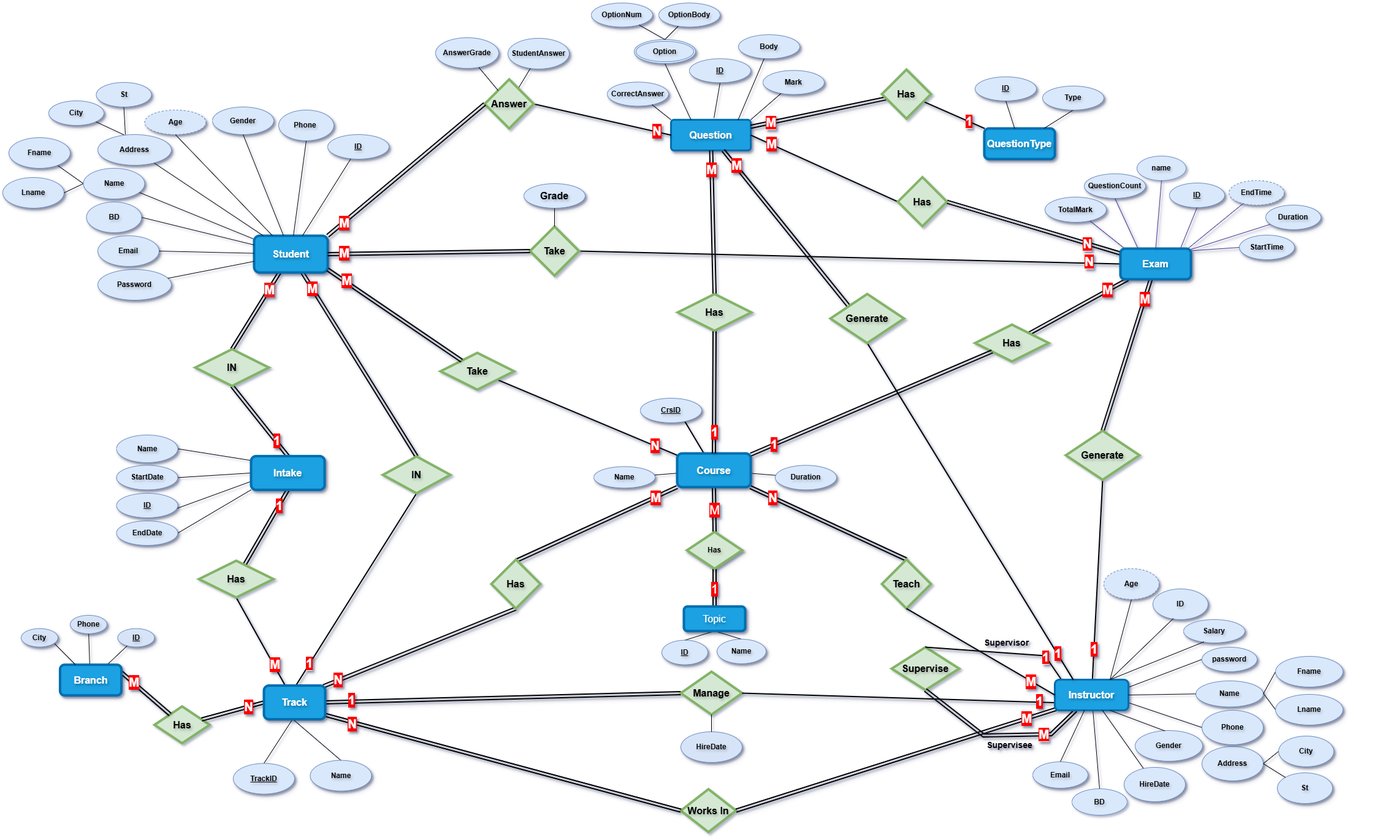
This is Database/Examination System Project/Examination System ERD.drawio.png from Hesham749/ITI, a draw.io export, as it was before one commit. Source tidied: cells renumbered, new cells last; positions are measured from the earlier drawing's top-left corner, leaving out a move shared by most shapes.
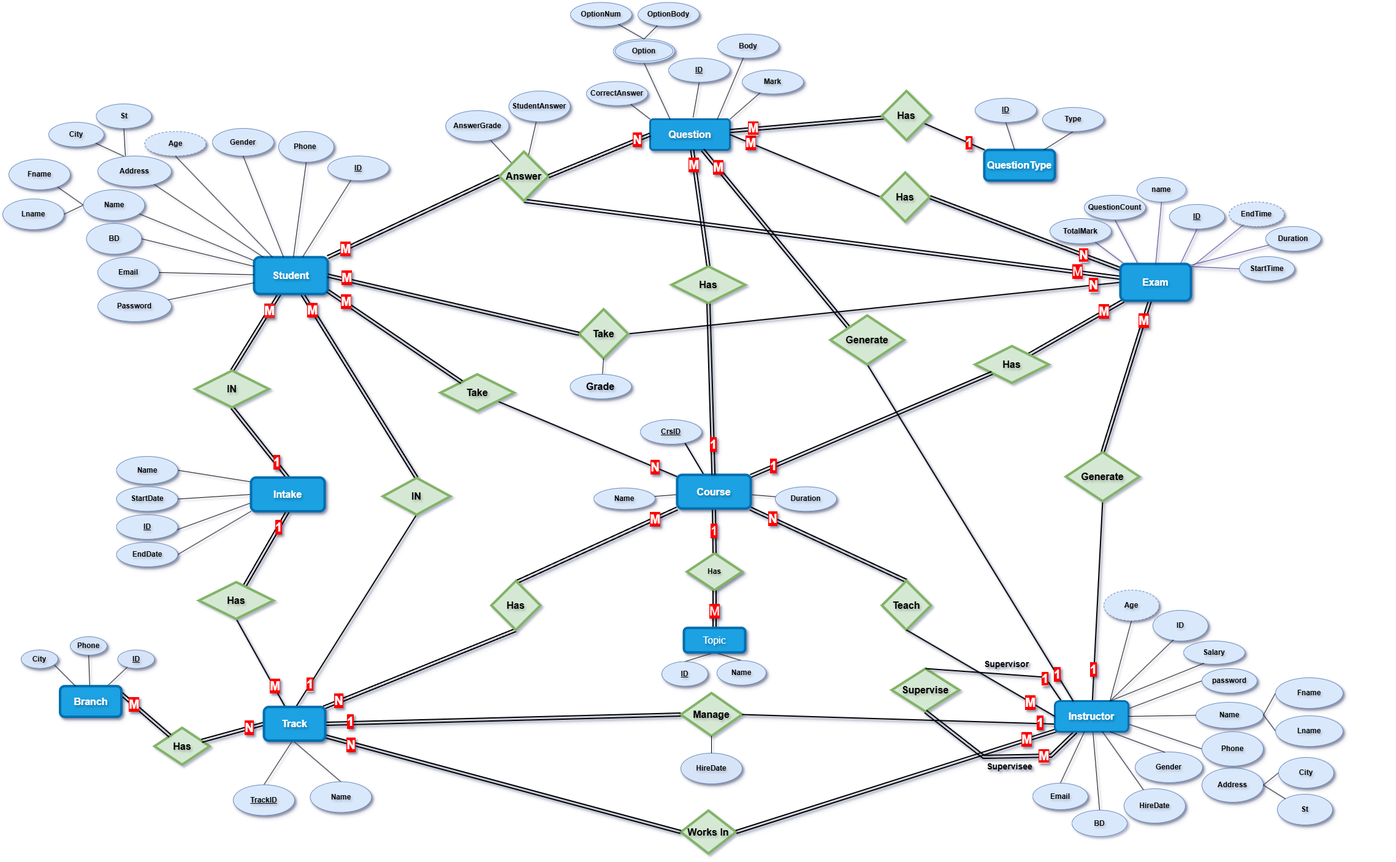
The same diagram one commit later.

The edit, as a diff of the source:
```diff
@@ -14,7 +14,7 @@
       </mxGeometry>
     </mxCell>
     <mxCell id="5" style="group;strokeColor=none;fillColor=none;textShadow=1;fontStyle=1;" parent="1" vertex="1">
-      <mxGeometry x="990" y="10.9" width="410" height="369.1" as="geometry" />
+      <mxGeometry x="956" y="-25" width="410" height="369.1" as="geometry" />
     </mxCell>
     <mxCell id="6" style="rounded=0;jettySize=auto;html=1;endArrow=none;endFill=0;entryX=0.5;entryY=1;entryDx=0;entryDy=0;strokeColor=light-dark(#000000,#EDEDED);textShadow=1;fontStyle=1;" parent="5" edge="1" target="16">
       <mxGeometry relative="1" as="geometry">
@@ -293,7 +293,7 @@
       <mxGeometry x="0.61" y="1" relative="1" as="geometry" />
     </mxCell>
     <mxCell id="83" value="&lt;font style=&quot;font-size: 16px;&quot;&gt;&lt;span&gt;Has&lt;/span&gt;&lt;/font&gt;" style="rhombus;whiteSpace=wrap;html=1;fontFamily=Helvetica;fontSize=11;labelBackgroundColor=none;strokeWidth=4;textShadow=1;fillColor=#d5e8d4;strokeColor=#82b366;fontStyle=1;" parent="1" vertex="1">
-      <mxGeometry x="1460" y="284.5" width="80" height="80" as="geometry" />
+      <mxGeometry x="1432" y="242" width="80" height="80" as="geometry" />
     </mxCell>
     <mxCell id="84" style="edgeStyle=none;shape=link;rounded=0;jettySize=auto;html=1;exitX=0;exitY=0.5;exitDx=0;exitDy=0;entryX=1;entryY=0.5;entryDx=0;entryDy=0;strokeColor=light-dark(#000000,#EDEDED);align=center;verticalAlign=middle;fontFamily=Helvetica;fontSize=11;fontColor=default;labelBackgroundColor=default;endArrow=none;endFill=0;strokeWidth=2;" parent="1" edge="1" target="83">
       <mxGeometry relative="1" as="geometry" />
@@ -320,19 +320,16 @@
       </mxGeometry>
     </mxCell>
     <mxCell id="90" value="&lt;font style=&quot;font-size: 16px;&quot;&gt;&lt;span&gt;Take&lt;/span&gt;&lt;/font&gt;" style="rhombus;whiteSpace=wrap;html=1;fontFamily=Helvetica;fontSize=11;labelBackgroundColor=none;strokeWidth=4;textShadow=1;fillColor=#d5e8d4;strokeColor=#82b366;fontStyle=1;" parent="1" vertex="1">
-      <mxGeometry x="860" y="365" width="80" height="80" as="geometry" />
+      <mxGeometry x="940" y="465" width="80" height="80" as="geometry" />
     </mxCell>
-    <mxCell id="91" style="edgeStyle=none;shape=connector;rounded=0;jettySize=auto;html=1;exitX=1;exitY=0.5;exitDx=0;exitDy=0;entryX=0;entryY=0.5;entryDx=0;entryDy=0;strokeColor=light-dark(#000000,#EDEDED);align=center;verticalAlign=middle;fontFamily=Helvetica;fontSize=11;fontColor=default;labelBackgroundColor=default;endArrow=none;endFill=0;strokeWidth=2;textShadow=1;fontStyle=1;shadow=1;" parent="1" edge="1" source="93" target="8">
-      <mxGeometry relative="1" as="geometry" />
-    </mxCell>
-    <mxCell id="92" value="N" style="edgeLabel;html=1;align=center;verticalAlign=middle;fontSize=20;fontColor=light-dark(#ffffff, #ededed);labelBackgroundColor=light-dark(#ff0000, #ededed);textShadow=1;fontStyle=1;" parent="91" vertex="1">
-      <mxGeometry x="0.74" y="7" relative="1" as="geometry">
-        <mxPoint x="3" y="5" as="offset" />
-      </mxGeometry>
-    </mxCell>
-    <mxCell id="93" value="&lt;font style=&quot;font-size: 16px;&quot;&gt;&lt;span&gt;Answer&lt;/span&gt;&lt;/font&gt;" style="rhombus;whiteSpace=wrap;html=1;fontFamily=Helvetica;fontSize=11;labelBackgroundColor=none;strokeWidth=4;textShadow=1;fillColor=#d5e8d4;strokeColor=#82b366;fontStyle=1;" parent="1" vertex="1">
-      <mxGeometry x="786" y="125" width="80" height="80" as="geometry" />
-    </mxCell>
+    <mxCell id="247" style="rounded=0;jettySize=auto;html=1;exitX=0.5;exitY=1;exitDx=0;exitDy=0;strokeWidth=2;shape=link;" parent="1" edge="1" source="93" target="217">
+      <mxGeometry relative="1" as="geometry" />
+    </mxCell>
+    <mxCell id="248" value="M" style="edgeLabel;html=1;align=center;verticalAlign=middle;fontColor=light-dark(#ffffff, #ededed);labelBackgroundColor=light-dark(#ff0000, #ededed);fontSize=20;" parent="247" vertex="1">
+      <mxGeometry x="0.83" y="-6" relative="1" as="geometry">
+        <mxPoint x="13" y="-7" as="offset" />
+      </mxGeometry>
+    </mxCell>
     <mxCell id="94" style="edgeStyle=none;shape=link;rounded=0;jettySize=auto;html=1;exitX=1;exitY=0;exitDx=0;exitDy=0;strokeColor=light-dark(#000000,#EDEDED);align=center;verticalAlign=middle;fontFamily=Helvetica;fontSize=11;fontColor=default;labelBackgroundColor=default;endArrow=none;endFill=0;entryX=0;entryY=0.5;entryDx=0;entryDy=0;strokeWidth=2;textShadow=1;fontStyle=1;shadow=1;" parent="1" edge="1" source="148" target="93">
       <mxGeometry relative="1" as="geometry" />
     </mxCell>
@@ -356,7 +353,7 @@
     <mxCell id="100" style="rounded=0;jettySize=auto;html=1;exitX=0.5;exitY=1;exitDx=0;exitDy=0;entryX=0.5;entryY=0;entryDx=0;entryDy=0;endArrow=none;endFill=0;shape=link;strokeWidth=2;shadow=1;" parent="1" edge="1" source="102" target="245">
       <mxGeometry relative="1" as="geometry" />
     </mxCell>
-    <mxCell id="101" value="M" style="edgeLabel;html=1;align=center;verticalAlign=middle;fontSize=20;labelBorderColor=none;labelBackgroundColor=light-dark(#ff0000, #ededed);fontColor=light-dark(#ffffff, #ededed);textShadow=1;" parent="100" vertex="1">
+    <mxCell id="101" value="1" style="edgeLabel;html=1;align=center;verticalAlign=middle;fontSize=20;labelBorderColor=none;labelBackgroundColor=light-dark(#ff0000, #ededed);fontColor=light-dark(#ffffff, #ededed);textShadow=1;" parent="100" vertex="1">
       <mxGeometry x="-0.04" y="-3" relative="1" as="geometry">
         <mxPoint x="2" as="offset" />
       </mxGeometry>
@@ -424,7 +421,7 @@
       <mxGeometry x="964" y="756.5" width="100" height="35" as="geometry" />
     </mxCell>
     <mxCell id="117" value="&lt;span&gt;StudentAnswer&lt;/span&gt;" style="ellipse;whiteSpace=wrap;html=1;strokeColor=#6c8ebf;fillColor=#dae8fc;shadow=1;textShadow=1;fontStyle=1;" parent="1" vertex="1">
-      <mxGeometry x="824" y="58" width="100" height="50" as="geometry" />
+      <mxGeometry x="825.5" y="109" width="100" height="50" as="geometry" />
     </mxCell>
     <mxCell id="118" value="&lt;span&gt;Duration&lt;/span&gt;" style="ellipse;whiteSpace=wrap;html=1;strokeColor=#6c8ebf;fillColor=#dae8fc;shadow=1;textShadow=1;fontStyle=1;" parent="1" vertex="1">
       <mxGeometry x="1260" y="754.4" width="100" height="40" as="geometry" />
@@ -636,7 +633,7 @@
         <mxPoint x="-10" y="1" as="offset" />
       </mxGeometry>
     </mxCell>
-    <mxCell id="182" style="rounded=0;jettySize=auto;html=1;exitX=0.5;exitY=1;exitDx=0;exitDy=0;endArrow=none;endFill=0;entryX=0.5;entryY=0;entryDx=0;entryDy=0;textShadow=1;fontStyle=1;" parent="1" edge="1" source="223" target="90">
+    <mxCell id="182" style="rounded=0;jettySize=auto;html=1;exitX=0.5;exitY=1;exitDx=0;exitDy=0;endArrow=none;endFill=0;textShadow=1;fontStyle=1;entryX=0.5;entryY=1;entryDx=0;entryDy=0;" parent="1" edge="1" source="223" target="90">
       <mxGeometry relative="1" as="geometry" />
     </mxCell>
     <mxCell id="183" style="rounded=0;jettySize=auto;html=1;endArrow=none;endFill=0;strokeWidth=2;textShadow=1;fontStyle=1;shadow=1;" parent="1" edge="1" source="185" target="192">
@@ -689,7 +686,7 @@
       <mxGeometry relative="1" as="geometry" />
     </mxCell>
     <mxCell id="198" value="AnswerGrade" style="ellipse;whiteSpace=wrap;html=1;strokeColor=#6c8ebf;fillColor=#dae8fc;shadow=1;textShadow=1;fontStyle=1;" parent="1" vertex="1">
-      <mxGeometry x="706" y="57" width="103" height="50" as="geometry" />
+      <mxGeometry x="722.5" y="141" width="103" height="50" as="geometry" />
     </mxCell>
     <mxCell id="199" value="&lt;span&gt;BD&lt;/span&gt;" style="ellipse;whiteSpace=wrap;html=1;strokeColor=#6c8ebf;fillColor=#dae8fc;textShadow=1;fontStyle=1;" parent="1" vertex="1">
       <mxGeometry x="1744" y="1282" width="90" height="43" as="geometry" />
@@ -704,10 +701,10 @@
       <mxGeometry relative="1" as="geometry" />
     </mxCell>
     <mxCell id="203" style="group;textShadow=1;fontStyle=1;" parent="1" vertex="1">
-      <mxGeometry x="1751" y="191" width="510" height="249" as="geometry" />
+      <mxGeometry x="1751" y="191" width="510" height="260" as="geometry" />
     </mxCell>
     <mxCell id="204" value="&lt;span&gt;TotalMark&lt;/span&gt;" style="ellipse;whiteSpace=wrap;html=1;align=center;strokeColor=#6c8ebf;fillColor=#dae8fc;shadow=1;textShadow=1;fontStyle=1;" parent="203" vertex="1">
-      <mxGeometry x="-51" y="126" width="100" height="41" as="geometry" />
+      <mxGeometry x="-43" y="126" width="100" height="41" as="geometry" />
     </mxCell>
     <mxCell id="205" value="&lt;u&gt;&lt;span&gt;ID&lt;/span&gt;&lt;/u&gt;" style="ellipse;whiteSpace=wrap;html=1;strokeColor=#6c8ebf;fillColor=#dae8fc;shadow=1;textShadow=1;fontStyle=1;" parent="203" vertex="1">
       <mxGeometry x="152" y="103" width="90" height="40" as="geometry" />
@@ -748,7 +745,7 @@
       <mxGeometry x="13" y="88" width="100" height="40" as="geometry" />
     </mxCell>
     <mxCell id="217" value="&lt;font style=&quot;font-size: 16px; color: rgb(255, 255, 255);&quot;&gt;&lt;span&gt;Exam&lt;/span&gt;&lt;/font&gt;" style="rounded=1;whiteSpace=wrap;html=1;strokeWidth=4;strokeColor=light-dark(#006eaf, #ededed);shadow=1;fillColor=light-dark(#1ba0e1, #ededed);textShadow=1;fontStyle=1;" parent="203" vertex="1">
-      <mxGeometry x="72" y="210" width="115" height="50" as="geometry" />
+      <mxGeometry x="72" y="200" width="115" height="60" as="geometry" />
     </mxCell>
     <mxCell id="218" style="endArrow=none;html=1;rounded=0;entryX=0.5;entryY=0;entryDx=0;entryDy=0;exitX=0.5;exitY=1;exitDx=0;exitDy=0;strokeColor=light-dark(#3f3394, #ededed);shadow=1;textShadow=1;fontStyle=1;" parent="203" edge="1" source="206" target="217">
       <mxGeometry relative="1" as="geometry" />
@@ -768,7 +765,7 @@
       <mxGeometry x="405" y="739.4" width="120" height="55" as="geometry" />
     </mxCell>
     <mxCell id="223" value="&lt;font style=&quot;font-size: 16px;&quot;&gt;Grade&lt;/font&gt;" style="ellipse;whiteSpace=wrap;html=1;align=center;fillColor=#dae8fc;strokeColor=#6c8ebf;shadow=1;textShadow=1;fontStyle=1;" parent="1" vertex="1">
-      <mxGeometry x="850" y="295" width="100" height="40" as="geometry" />
+      <mxGeometry x="925.5" y="571" width="100" height="40" as="geometry" />
     </mxCell>
     <mxCell id="224" style="edgeStyle=none;shape=link;rounded=0;jettySize=auto;html=1;exitX=0.5;exitY=0;exitDx=0;exitDy=0;strokeColor=default;strokeWidth=2;align=center;verticalAlign=middle;fontFamily=Helvetica;fontSize=11;fontColor=default;labelBackgroundColor=default;endArrow=none;endFill=0;textShadow=1;fontStyle=1;" parent="1" edge="1" source="228" target="8">
       <mxGeometry relative="1" as="geometry" />
@@ -787,7 +784,7 @@
       </mxGeometry>
     </mxCell>
     <mxCell id="228" value="Has" style="shape=rhombus;perimeter=rhombusPerimeter;whiteSpace=wrap;html=1;align=center;fontSize=16;fontStyle=1;strokeWidth=4;textShadow=1;fillColor=#d5e8d4;strokeColor=#82b366;" parent="1" vertex="1">
-      <mxGeometry x="1101" y="475" width="120" height="60" as="geometry" />
+      <mxGeometry x="1091" y="395" width="120" height="60" as="geometry" />
     </mxCell>
     <mxCell id="229" style="edgeStyle=none;shape=connector;rounded=0;jettySize=auto;html=1;strokeColor=default;strokeWidth=2;align=center;verticalAlign=middle;fontFamily=Helvetica;fontSize=11;fontColor=default;labelBackgroundColor=default;endArrow=none;endFill=0;textShadow=1;fontStyle=1;shadow=1;exitX=0.5;exitY=1;exitDx=0;exitDy=0;entryX=0.25;entryY=0;entryDx=0;entryDy=0;" parent="1" edge="1" source="233" target="113">
       <mxGeometry relative="1" as="geometry" />
@@ -836,7 +833,7 @@
     <mxCell id="243" style="rounded=0;jettySize=auto;html=1;entryX=0.5;entryY=0;entryDx=0;entryDy=0;endArrow=none;endFill=0;shape=link;strokeWidth=2;exitX=0.5;exitY=1;exitDx=0;exitDy=0;textShadow=1;shadow=1;" parent="1" edge="1" source="245" target="246">
       <mxGeometry relative="1" as="geometry" />
     </mxCell>
-    <mxCell id="244" value="1" style="edgeLabel;html=1;align=center;verticalAlign=middle;fontSize=20;labelBackgroundColor=light-dark(#ff0000, #ededed);fontColor=light-dark(#ffffff, #ededed);textShadow=1;" parent="243" vertex="1">
+    <mxCell id="244" value="M" style="edgeLabel;html=1;align=center;verticalAlign=middle;fontSize=20;labelBackgroundColor=light-dark(#ff0000, #ededed);fontColor=light-dark(#ffffff, #ededed);textShadow=1;" parent="243" vertex="1">
       <mxGeometry x="0.1" y="2" relative="1" as="geometry">
         <mxPoint x="-3" y="-1" as="offset" />
       </mxGeometry>
@@ -847,5 +844,16 @@
     <mxCell id="246" value="&lt;span style=&quot;color: rgb(255, 255, 255); font-size: 16px;&quot;&gt;Topic&lt;/span&gt;" style="whiteSpace=wrap;html=1;align=center;fillColor=light-dark(#1ba1e2, #ededed);strokeColor=light-dark(#006eaf, #ededed);strokeWidth=4;rounded=1;textShadow=1;shadow=1;" parent="1" vertex="1">
       <mxGeometry x="1111" y="984.7" width="100" height="40" as="geometry" />
     </mxCell>
+    <mxCell id="93" value="&lt;font style=&quot;font-size: 16px;&quot;&gt;&lt;span&gt;Answer&lt;/span&gt;&lt;/font&gt;" style="rhombus;whiteSpace=wrap;html=1;fontFamily=Helvetica;fontSize=11;labelBackgroundColor=none;strokeWidth=4;textShadow=1;fillColor=#d5e8d4;strokeColor=#82b366;fontStyle=1;" parent="1" vertex="1">
+      <mxGeometry x="810" y="208" width="80" height="80" as="geometry" />
+    </mxCell>
+    <mxCell id="91" style="edgeStyle=none;shape=link;rounded=0;jettySize=auto;html=1;exitX=1;exitY=0.5;exitDx=0;exitDy=0;entryX=0;entryY=0.5;entryDx=0;entryDy=0;strokeColor=light-dark(#000000,#EDEDED);align=center;verticalAlign=middle;fontFamily=Helvetica;fontSize=11;fontColor=default;labelBackgroundColor=default;endArrow=none;endFill=0;strokeWidth=2;textShadow=1;fontStyle=1;shadow=1;" parent="1" edge="1" source="93" target="8">
+      <mxGeometry relative="1" as="geometry" />
+    </mxCell>
+    <mxCell id="92" value="N" style="edgeLabel;html=1;align=center;verticalAlign=middle;fontSize=20;fontColor=light-dark(#ffffff, #ededed);labelBackgroundColor=light-dark(#ff0000, #ededed);textShadow=1;fontStyle=1;" parent="91" vertex="1">
+      <mxGeometry x="0.74" y="7" relative="1" as="geometry">
+        <mxPoint x="3" y="5" as="offset" />
+      </mxGeometry>
+    </mxCell>
   </root>
 </mxGraphModel>
```
